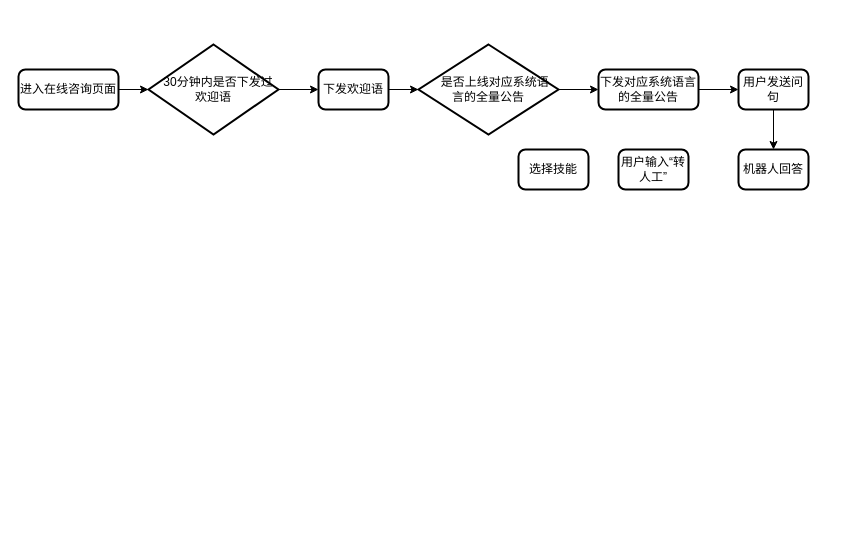
Before: 在线咨询.drawio in jokerbay/images, a draw.io diagram. Source tidied: cells renumbered, new cells numbered last; positions are measured from the earlier drawing's top-left corner, leaving out a move shared by most shapes. Both pictures are drawn from the tidied source at 100%, with x=0, y=0 at pixel (18, 44).
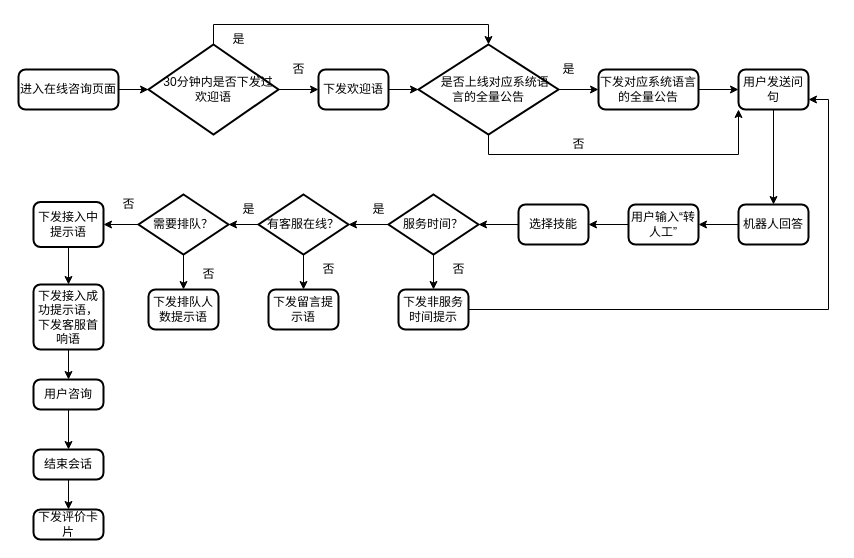
After the change.

Commit message (it also covers changes not shown here):
更新在线咨询.drawio

The change refers to these unchanged cells:
```xml
<mxCell id="7" value="&amp;nbsp; &amp;nbsp;30分钟内是否下发过欢迎语" style="strokeWidth=2;html=1;shape=mxgraph.flowchart.decision;whiteSpace=wrap;" parent="1" vertex="1">
  <mxGeometry x="130" width="130" height="90" as="geometry" />
</mxCell>
<mxCell id="9" value="&amp;nbsp; &amp;nbsp; 是否上线对应系统语&lt;br&gt;言的全量公告" style="strokeWidth=2;html=1;shape=mxgraph.flowchart.decision;whiteSpace=wrap;" parent="1" vertex="1">
  <mxGeometry x="400" width="140" height="90" as="geometry" />
</mxCell>
<mxCell id="13" value="用户发送问句" style="rounded=1;whiteSpace=wrap;html=1;absoluteArcSize=1;arcSize=14;strokeWidth=2;" parent="1" vertex="1">
  <mxGeometry x="720" y="25" width="70" height="40" as="geometry" />
</mxCell>
```

Diff of the diagram source:
```diff
@@
+    <mxCell id="17" style="edgeStyle=orthogonalEdgeStyle;rounded=0;jettySize=auto;html=1;exitX=0.5;exitY=0;exitDx=0;exitDy=0;exitPerimeter=0;entryX=0.5;entryY=0;entryDx=0;entryDy=0;entryPerimeter=0;" parent="1" edge="1" source="7" target="9">
+      <mxGeometry relative="1" as="geometry" />
+    </mxCell>
@@
+    <mxCell id="18" style="edgeStyle=orthogonalEdgeStyle;rounded=0;jettySize=auto;html=1;exitX=0.5;exitY=1;exitDx=0;exitDy=0;exitPerimeter=0;entryX=0;entryY=1;entryDx=0;entryDy=0;" parent="1" edge="1" source="9" target="13">
+      <mxGeometry relative="1" as="geometry" />
+    </mxCell>
@@
+    <mxCell id="19" style="edgeStyle=orthogonalEdgeStyle;rounded=0;jettySize=auto;html=1;" parent="1" edge="1" source="14" target="15">
+      <mxGeometry relative="1" as="geometry" />
+    </mxCell>
     <mxCell id="14" value="机器人回答" style="rounded=1;whiteSpace=wrap;html=1;absoluteArcSize=1;arcSize=14;strokeWidth=2;" parent="1" vertex="1">
-      <mxGeometry x="720" y="105" width="70" height="40" as="geometry" />
+      <mxGeometry x="720" y="160" width="70" height="40" as="geometry" />
     </mxCell>
+    <mxCell id="20" style="edgeStyle=orthogonalEdgeStyle;rounded=0;jettySize=auto;html=1;" parent="1" edge="1" source="15" target="16">
+      <mxGeometry relative="1" as="geometry" />
+    </mxCell>
     <mxCell id="15" value="用户输入“转人工”" style="rounded=1;whiteSpace=wrap;html=1;absoluteArcSize=1;arcSize=14;strokeWidth=2;" parent="1" vertex="1">
-      <mxGeometry x="600" y="105" width="70" height="40" as="geometry" />
+      <mxGeometry x="610" y="160" width="70" height="40" as="geometry" />
     </mxCell>
+    <mxCell id="21" style="edgeStyle=orthogonalEdgeStyle;rounded=0;jettySize=auto;html=1;" parent="1" edge="1" source="16" target="24">
+      <mxGeometry relative="1" as="geometry" />
+    </mxCell>
     <mxCell id="16" value="选择技能" style="rounded=1;whiteSpace=wrap;html=1;absoluteArcSize=1;arcSize=14;strokeWidth=2;" parent="1" vertex="1">
-      <mxGeometry x="500" y="105" width="70" height="40" as="geometry" />
+      <mxGeometry x="500" y="160" width="70" height="40" as="geometry" />
     </mxCell>
+    <mxCell id="22" style="edgeStyle=orthogonalEdgeStyle;rounded=0;jettySize=auto;html=1;" parent="1" edge="1" source="24" target="27">
+      <mxGeometry relative="1" as="geometry" />
+    </mxCell>
+    <mxCell id="23" style="edgeStyle=orthogonalEdgeStyle;rounded=0;jettySize=auto;html=1;" parent="1" edge="1" source="24" target="48">
+      <mxGeometry relative="1" as="geometry" />
+    </mxCell>
+    <mxCell id="24" value="服务时间？" style="strokeWidth=2;html=1;shape=mxgraph.flowchart.decision;whiteSpace=wrap;" parent="1" vertex="1">
+      <mxGeometry x="370" y="150" width="90" height="60" as="geometry" />
+    </mxCell>
+    <mxCell id="25" style="edgeStyle=orthogonalEdgeStyle;rounded=0;jettySize=auto;html=1;" parent="1" edge="1" source="27" target="28">
+      <mxGeometry relative="1" as="geometry" />
+    </mxCell>
+    <mxCell id="26" style="edgeStyle=orthogonalEdgeStyle;rounded=0;jettySize=auto;html=1;" parent="1" edge="1" source="27" target="31">
+      <mxGeometry relative="1" as="geometry" />
+    </mxCell>
+    <mxCell id="27" value="有客服在线？" style="strokeWidth=2;html=1;shape=mxgraph.flowchart.decision;whiteSpace=wrap;" parent="1" vertex="1">
+      <mxGeometry x="240" y="150" width="90" height="60" as="geometry" />
+    </mxCell>
+    <mxCell id="28" value="下发留言提示语" style="rounded=1;whiteSpace=wrap;html=1;absoluteArcSize=1;arcSize=14;strokeWidth=2;" parent="1" vertex="1">
+      <mxGeometry x="250" y="245" width="70" height="40" as="geometry" />
+    </mxCell>
+    <mxCell id="29" style="edgeStyle=orthogonalEdgeStyle;rounded=0;jettySize=auto;html=1;" parent="1" edge="1" source="31" target="34">
+      <mxGeometry relative="1" as="geometry" />
+    </mxCell>
+    <mxCell id="30" style="edgeStyle=orthogonalEdgeStyle;rounded=0;jettySize=auto;html=1;" parent="1" edge="1" source="31" target="33">
+      <mxGeometry relative="1" as="geometry" />
+    </mxCell>
+    <mxCell id="31" value="需要排队？" style="strokeWidth=2;html=1;shape=mxgraph.flowchart.decision;whiteSpace=wrap;" parent="1" vertex="1">
+      <mxGeometry x="120" y="150" width="90" height="60" as="geometry" />
+    </mxCell>
+    <mxCell id="32" style="edgeStyle=orthogonalEdgeStyle;rounded=0;jettySize=auto;html=1;" parent="1" edge="1" source="33" target="36">
+      <mxGeometry relative="1" as="geometry" />
+    </mxCell>
+    <mxCell id="33" value="下发接入中提示语" style="rounded=1;whiteSpace=wrap;html=1;absoluteArcSize=1;arcSize=14;strokeWidth=2;" parent="1" vertex="1">
+      <mxGeometry x="15" y="157.5" width="70" height="45" as="geometry" />
+    </mxCell>
+    <mxCell id="34" value="下发排队人数提示语" style="rounded=1;whiteSpace=wrap;html=1;absoluteArcSize=1;arcSize=14;strokeWidth=2;" parent="1" vertex="1">
+      <mxGeometry x="130" y="245" width="70" height="40" as="geometry" />
+    </mxCell>
+    <mxCell id="35" style="edgeStyle=orthogonalEdgeStyle;rounded=0;jettySize=auto;html=1;exitX=0.5;exitY=1;exitDx=0;exitDy=0;entryX=0.5;entryY=0;entryDx=0;entryDy=0;" parent="1" edge="1" source="36" target="38">
+      <mxGeometry relative="1" as="geometry" />
+    </mxCell>
+    <mxCell id="36" value="下发接入成功提示语，下发客服首响语" style="rounded=1;whiteSpace=wrap;html=1;absoluteArcSize=1;arcSize=14;strokeWidth=2;" parent="1" vertex="1">
+      <mxGeometry x="15" y="240" width="70" height="65" as="geometry" />
+    </mxCell>
+    <mxCell id="37" style="edgeStyle=orthogonalEdgeStyle;rounded=0;jettySize=auto;html=1;exitX=0.5;exitY=1;exitDx=0;exitDy=0;entryX=0.5;entryY=0;entryDx=0;entryDy=0;" parent="1" edge="1" source="38" target="40">
+      <mxGeometry relative="1" as="geometry" />
+    </mxCell>
+    <mxCell id="38" value="用户咨询" style="rounded=1;whiteSpace=wrap;html=1;absoluteArcSize=1;arcSize=14;strokeWidth=2;" parent="1" vertex="1">
+      <mxGeometry x="15" y="335" width="70" height="30" as="geometry" />
+    </mxCell>
+    <mxCell id="39" style="edgeStyle=orthogonalEdgeStyle;rounded=0;jettySize=auto;html=1;" parent="1" edge="1" source="40" target="41">
+      <mxGeometry relative="1" as="geometry" />
+    </mxCell>
+    <mxCell id="40" value="结束会话" style="rounded=1;whiteSpace=wrap;html=1;absoluteArcSize=1;arcSize=14;strokeWidth=2;" parent="1" vertex="1">
+      <mxGeometry x="15" y="405" width="70" height="30" as="geometry" />
+    </mxCell>
+    <mxCell id="41" value="下发评价卡片" style="rounded=1;whiteSpace=wrap;html=1;absoluteArcSize=1;arcSize=14;strokeWidth=2;" parent="1" vertex="1">
+      <mxGeometry x="15" y="465" width="70" height="30" as="geometry" />
+    </mxCell>
+    <mxCell id="42" value="否" style="text;html=1;align=center;verticalAlign=middle;fillColor=none;strokeColor=none;rounded=0;" parent="1" vertex="1">
+      <mxGeometry x="260" y="10" width="40" height="30" as="geometry" />
+    </mxCell>
+    <mxCell id="43" value="是" style="text;html=1;align=center;verticalAlign=middle;fillColor=none;strokeColor=none;rounded=0;" parent="1" vertex="1">
+      <mxGeometry x="200" y="-20" width="40" height="30" as="geometry" />
+    </mxCell>
+    <mxCell id="44" value="是" style="text;html=1;align=center;verticalAlign=middle;fillColor=none;strokeColor=none;rounded=0;" parent="1" vertex="1">
+      <mxGeometry x="530" y="10" width="40" height="30" as="geometry" />
+    </mxCell>
+    <mxCell id="45" value="否" style="text;html=1;align=center;verticalAlign=middle;fillColor=none;strokeColor=none;rounded=0;" parent="1" vertex="1">
+      <mxGeometry x="540" y="85" width="40" height="30" as="geometry" />
+    </mxCell>
+    <mxCell id="46" value="否" style="text;html=1;align=center;verticalAlign=middle;fillColor=none;strokeColor=none;rounded=0;" parent="1" vertex="1">
+      <mxGeometry x="420" y="210" width="40" height="30" as="geometry" />
+    </mxCell>
+    <mxCell id="47" style="edgeStyle=orthogonalEdgeStyle;rounded=0;jettySize=auto;html=1;exitX=1;exitY=0.5;exitDx=0;exitDy=0;entryX=1;entryY=0.75;entryDx=0;entryDy=0;" parent="1" edge="1" source="48" target="13">
+      <mxGeometry relative="1" as="geometry" />
+    </mxCell>
+    <mxCell id="48" value="下发非服务时间提示" style="rounded=1;whiteSpace=wrap;html=1;absoluteArcSize=1;arcSize=14;strokeWidth=2;" parent="1" vertex="1">
+      <mxGeometry x="380" y="245" width="70" height="40" as="geometry" />
+    </mxCell>
+    <mxCell id="49" value="是" style="text;html=1;align=center;verticalAlign=middle;fillColor=none;strokeColor=none;rounded=0;" parent="1" vertex="1">
+      <mxGeometry x="340" y="150" width="40" height="30" as="geometry" />
+    </mxCell>
+    <mxCell id="50" value="否" style="text;html=1;align=center;verticalAlign=middle;fillColor=none;strokeColor=none;rounded=0;" parent="1" vertex="1">
+      <mxGeometry x="90" y="145" width="40" height="30" as="geometry" />
+    </mxCell>
+    <mxCell id="51" value="是" style="text;html=1;align=center;verticalAlign=middle;fillColor=none;strokeColor=none;rounded=0;" parent="1" vertex="1">
+      <mxGeometry x="210" y="150" width="40" height="30" as="geometry" />
+    </mxCell>
+    <mxCell id="52" value="否" style="text;html=1;align=center;verticalAlign=middle;fillColor=none;strokeColor=none;rounded=0;" parent="1" vertex="1">
+      <mxGeometry x="290" y="210" width="40" height="30" as="geometry" />
+    </mxCell>
+    <mxCell id="53" value="否" style="text;html=1;align=center;verticalAlign=middle;fillColor=none;strokeColor=none;rounded=0;" parent="1" vertex="1">
+      <mxGeometry x="170" y="215" width="40" height="30" as="geometry" />
+    </mxCell>
```
